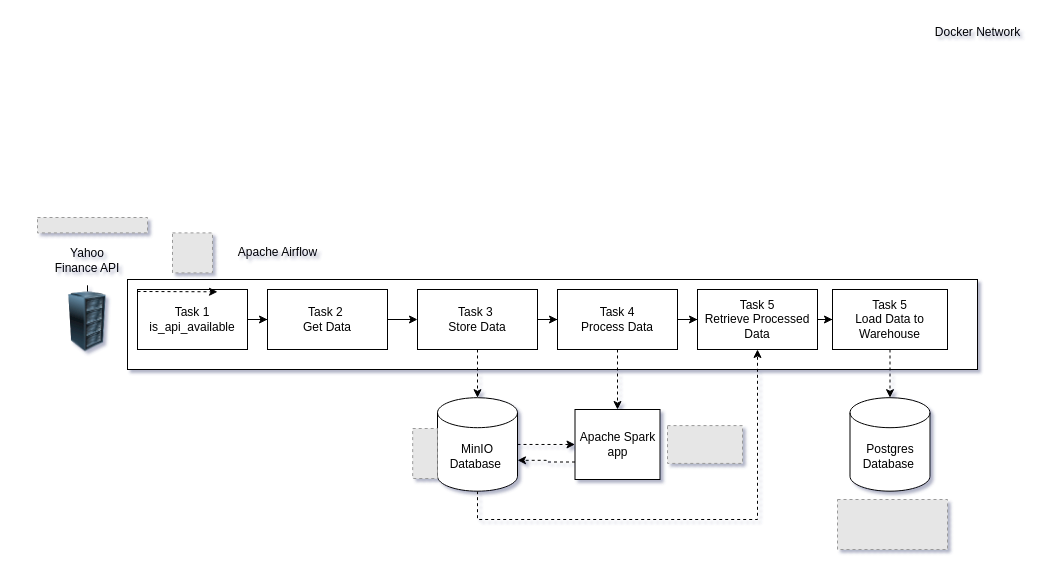
This is drawio/Project.drawio from ashishjadhav/airflow-etl, a draw.io file, before an edit. Source tidied: cells renumbered, new cells numbered last; positions are measured from the earlier drawing's top-left corner, leaving out a move shared by most shapes. Both pictures are drawn from the tidied source at 100%, with x=0, y=0 at pixel (37, 17). Pictures stored in the file or linked from it are replaced by grey dashed boxes.
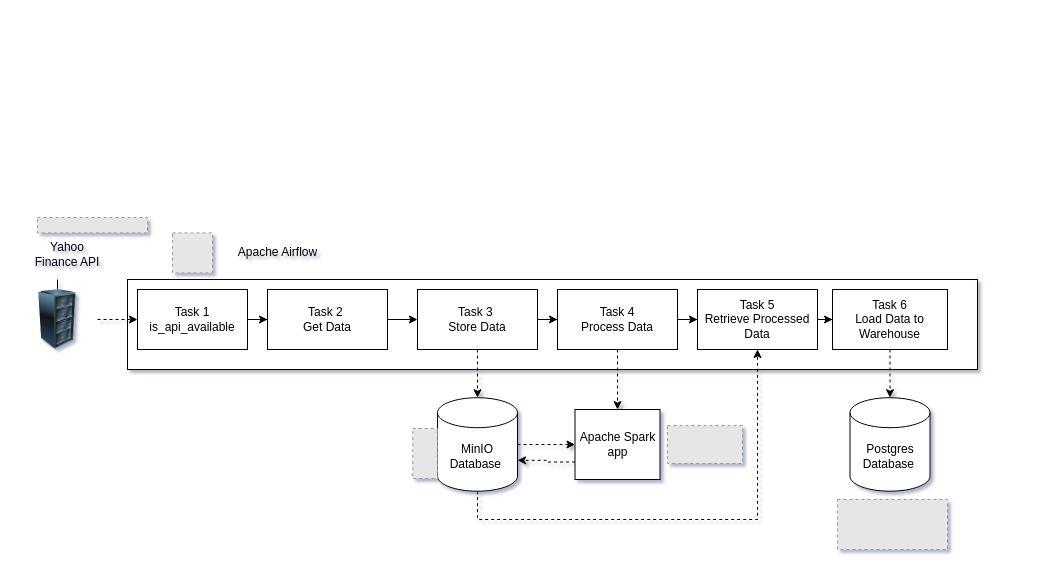
The same diagram, later.

The change refers to these unchanged cells:
```xml
<mxCell id="4" value="Task 1 is_api_available" style="rounded=0;whiteSpace=wrap;html=1;" parent="1" vertex="1">
  <mxGeometry x="100" y="272" width="110" height="60" as="geometry" />
</mxCell>
```

Diff of the diagram source:
```diff
@@
+    <mxCell id="35" style="edgeStyle=orthogonalEdgeStyle;rounded=0;jettySize=auto;html=1;dashed=1;" parent="1" edge="1" source="13" target="4">
+      <mxGeometry relative="1" as="geometry" />
+    </mxCell>
     <mxCell id="13" style="image;html=1;image=img/lib/clip_art/computers/Server_Rack_128x128.png;" parent="1" vertex="1">
-      <mxGeometry x="10" y="274.3" width="80" height="60" as="geometry" />
+      <mxGeometry x="-20" y="272" width="80" height="60" as="geometry" />
     </mxCell>
@@
     <mxCell id="15" value="Yahoo Finance API" style="text;html=1;align=center;verticalAlign=middle;whiteSpace=wrap;rounded=0;" parent="1" vertex="1">
-      <mxGeometry x="10" y="217.8" width="80" height="50" as="geometry" />
+      <mxGeometry x="-10" y="212" width="80" height="50" as="geometry" />
     </mxCell>
@@
-    <mxCell id="23" value="Docker Network" style="text;html=1;align=center;verticalAlign=middle;strokeColor=none;fillColor=none;" parent="1" vertex="1">
-      <mxGeometry x="885" width="110" height="30" as="geometry" />
-    </mxCell>
@@
-    <mxCell id="30" style="endArrow=classic;html=1;rounded=0;dashed=1;" parent="1" edge="1">
-      <mxGeometry relative="1" as="geometry">
-        <mxPoint x="100" y="274" as="sourcePoint" />
-        <mxPoint x="180" y="274.3" as="targetPoint" />
-      </mxGeometry>
-    </mxCell>
-    <mxCell id="31" value="Task 5&lt;div&gt;Load Data to Warehouse&lt;/div&gt;" style="rounded=0;whiteSpace=wrap;html=1;" parent="1" vertex="1">
+    <mxCell id="31" value="Task 6&lt;div&gt;Load Data to Warehouse&lt;/div&gt;" style="rounded=0;whiteSpace=wrap;html=1;" parent="1" vertex="1">
       <mxGeometry x="795" y="272" width="115" height="60" as="geometry" />
     </mxCell>
```
